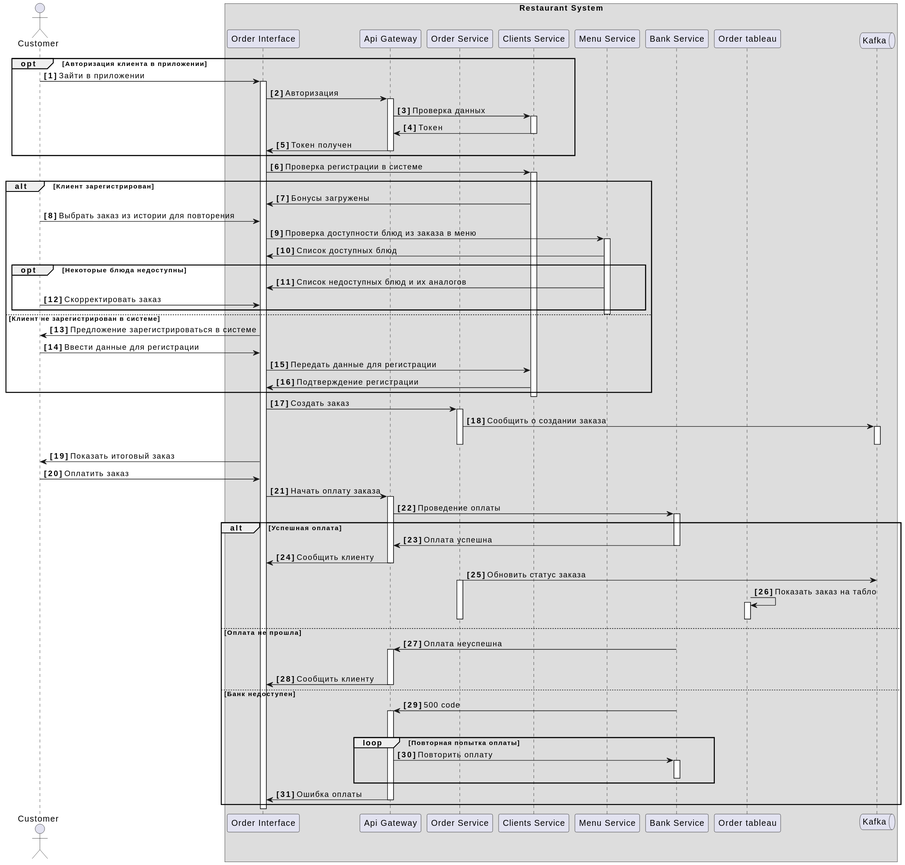
This is docs/diagrams/out/sequence.svg from doriansweet/otus_project, a PlantUML export, as it was before one commit.
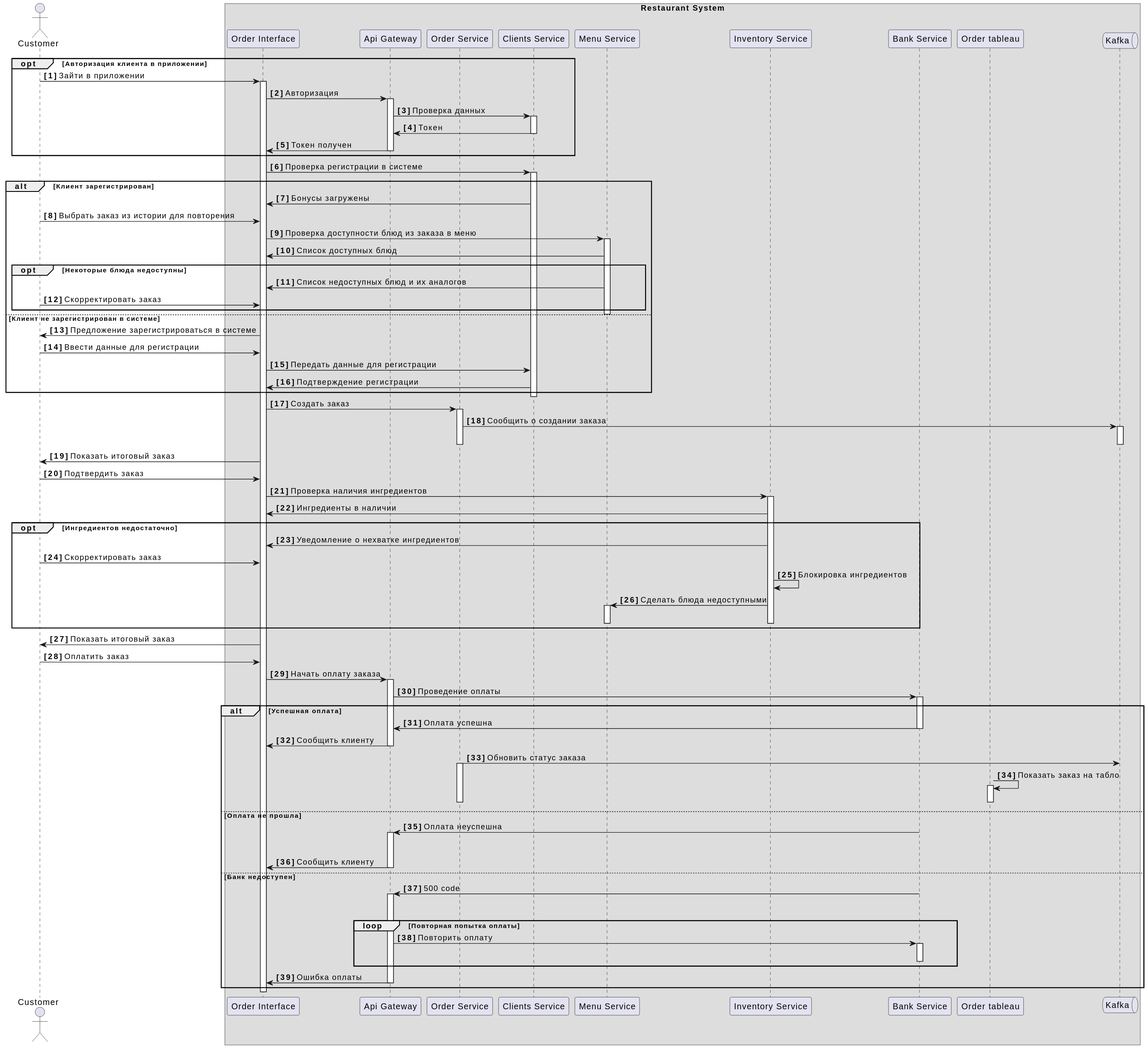
After the change.

The edit, as a diff of the source:
```diff
@@ -6,6 +6,7 @@
 participant "Order Service" as os
 participant "Clients Service" as cs
 participant "Menu Service" as ms
+participant "Inventory Service" as is
 participant "Bank Service" as bs
 participant "Order tableau" as ot
 queue "Kafka" as kf
@@ -54,6 +55,22 @@
 deactivate kf
 
 oi -> c : Показать итоговый заказ
+c -> oi : Подтвердить заказ
+
+oi -> is : Проверка наличия ингредиентов
+activate is
+is -> oi : Ингредиенты в наличии
+opt Ингредиентов недостаточно
+is -> oi : Уведомление о нехватке ингредиентов
+c -> oi : Скорректировать заказ
+is -> is : Блокировка ингредиентов
+is -> ms++: Сделать блюда недоступными
+is --
+ms --
+
+end
+oi -> c : Показать итоговый заказ
+
 c -> oi : Оплатить заказ
 
 oi -> gw : Начать оплату заказа
```
